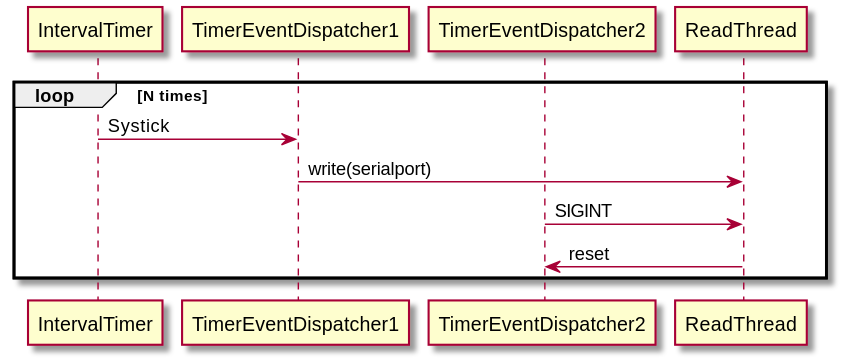
The PlantUML diagram docs/App-sequence.svg in yoshinao-takada/UARTtestapp, before a commit.
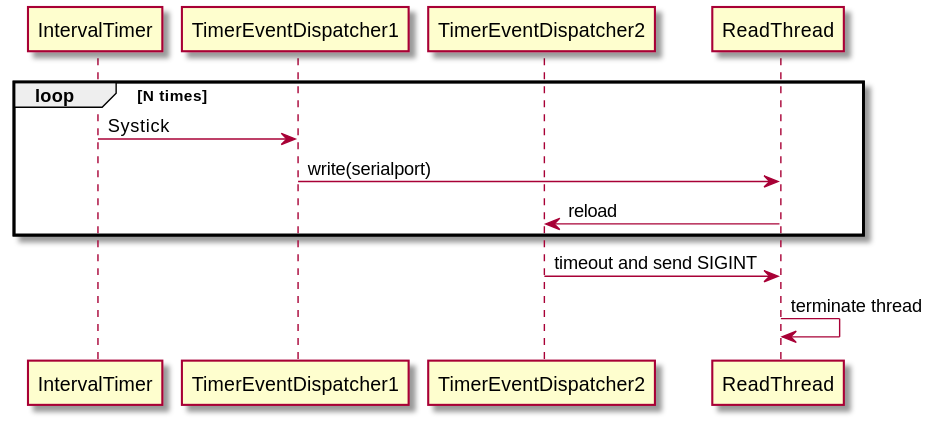
The same file after the commit.

What changed in the source:
```diff
@@ -6,7 +6,8 @@
 loop N times
     IntervalTimer -> TimerEventDispatcher1 : Systick
     TimerEventDispatcher1 -> ReadThread : write(serialport)
-    TimerEventDispatcher2 -> ReadThread : SIGINT
-    TimerEventDispatcher2 <- ReadThread : reset
+    TimerEventDispatcher2 <- ReadThread : reload
 end
+TimerEventDispatcher2 -> ReadThread : timeout and send SIGINT
+ReadThread -> ReadThread : terminate thread
 @enduml
```
